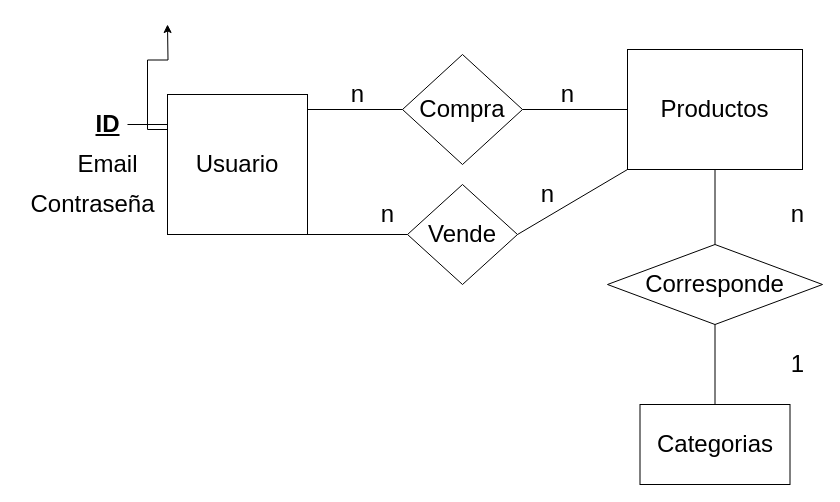
This is Diagrama sin título.drawio from santiagogonzalez10/e-commerce, a draw.io file, before an edit. Source tidied: cells renumbered, new cells numbered last; positions are measured from the earlier drawing's top-left corner, leaving out a move shared by most shapes. Both pictures are drawn from the tidied source at 100%, with x=0, y=0 at pixel (17, 24).
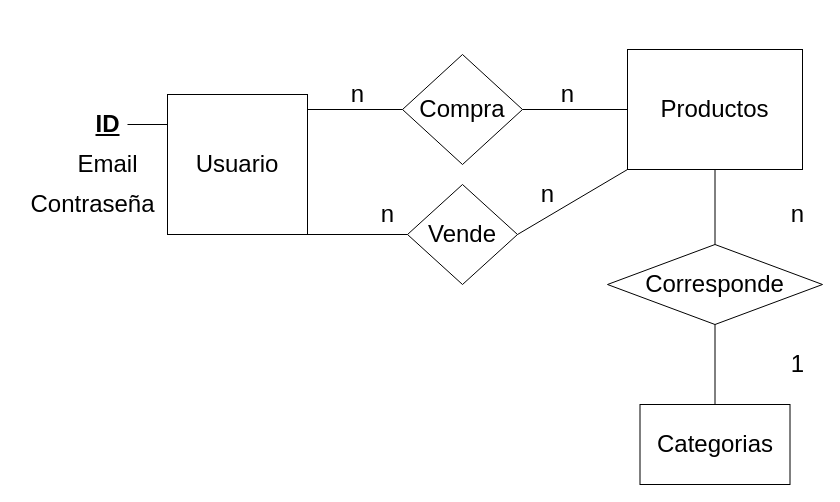
The same page after the edit.

The change refers to these unchanged cells:
```xml
<mxCell id="3" value="&lt;font style=&quot;font-size: 24px;&quot;&gt;Usuario&lt;/font&gt;" style="whiteSpace=wrap;html=1;" parent="1" vertex="1">
  <mxGeometry x="150" y="70" width="140" height="140" as="geometry" />
</mxCell>
```

Change to the diagram source:
```diff
@@
-    <mxCell id="2" style="edgeStyle=orthogonalEdgeStyle;rounded=0;jettySize=auto;html=1;exitX=0;exitY=0.25;exitDx=0;exitDy=0;fontSize=24;" parent="1" edge="1" source="3">
-      <mxGeometry relative="1" as="geometry">
-        <mxPoint x="150" as="targetPoint" />
-      </mxGeometry>
-    </mxCell>
```
